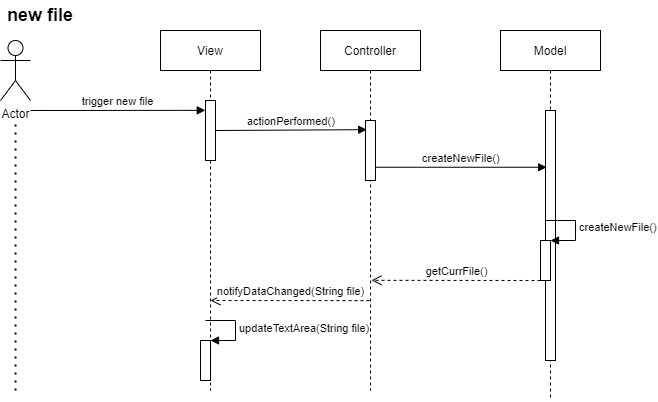
Johanced/2021-isgc08-Cederhag keeps this draw.io diagram as Laboration1/UML/newFile.drawio.png. Above is the earlier version. Source tidied: cells renumbered, new cells last; positions are measured from the earlier drawing's top-left corner, leaving out a move shared by most shapes.
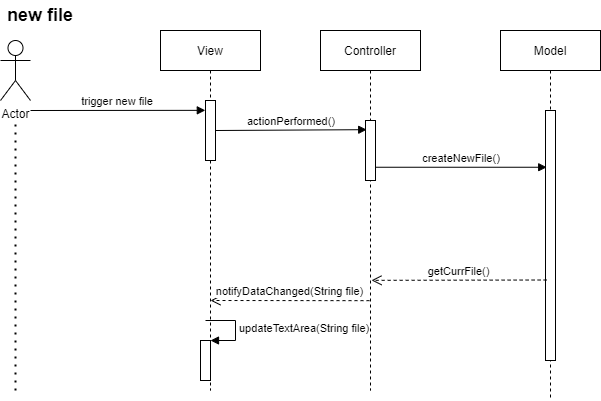
After the commit.

Diff of the diagram source:
```diff
@@ -36,17 +36,6 @@
     <mxCell id="11" style="points=[];perimeter=orthogonalPerimeter;rounded=0;shadow=0;strokeWidth=1;" parent="10" vertex="1">
       <mxGeometry x="45" y="70" width="10" height="60" as="geometry" />
     </mxCell>
-    <mxCell id="12" style="html=1;points=[];perimeter=orthogonalPerimeter;" parent="10" vertex="1">
-      <mxGeometry x="380" y="210" width="10" height="40" as="geometry" />
-    </mxCell>
-    <mxCell id="13" value="createNewFile()" style="edgeStyle=orthogonalEdgeStyle;html=1;align=left;spacingLeft=2;endArrow=block;rounded=0;entryX=1;entryY=0;" parent="10" edge="1" target="12">
-      <mxGeometry relative="1" as="geometry">
-        <mxPoint x="385" y="190" as="sourcePoint" />
-        <Array as="points">
-          <mxPoint x="415" y="190" />
-        </Array>
-      </mxGeometry>
-    </mxCell>
     <mxCell id="14" value="notifyDataChanged(String file)" style="html=1;verticalAlign=bottom;endArrow=open;dashed=1;endSize=8;rounded=0;" parent="10" edge="1">
       <mxGeometry relative="1" as="geometry">
         <mxPoint x="209" y="270.2" as="sourcePoint" />
@@ -70,10 +59,8 @@
         <mxPoint x="15" y="120" as="targetPoint" />
       </mxGeometry>
     </mxCell>
-    <mxCell id="18" value="getCurrFile()" style="html=1;verticalAlign=bottom;endArrow=open;dashed=1;endSize=8;rounded=0;entryX=0.51;entryY=0.694;entryDx=0;entryDy=0;entryPerimeter=0;" parent="1" edge="1" target="2">
-      <mxGeometry relative="1" as="geometry">
-        <mxPoint x="540" y="280" as="sourcePoint" />
-      </mxGeometry>
+    <mxCell id="18" value="getCurrFile()" style="html=1;verticalAlign=bottom;endArrow=open;dashed=1;endSize=8;rounded=0;entryX=0.51;entryY=0.694;entryDx=0;entryDy=0;entryPerimeter=0;exitX=0.114;exitY=0.678;exitDx=0;exitDy=0;exitPerimeter=0;" parent="1" edge="1" source="6" target="2">
+      <mxGeometry relative="1" as="geometry" />
     </mxCell>
     <mxCell id="19" value="&lt;font style=&quot;font-size: 18px&quot;&gt;&lt;b&gt;new file&lt;/b&gt;&lt;/font&gt;" style="text;html=1;strokeColor=none;fillColor=none;align=center;verticalAlign=middle;whiteSpace=wrap;rounded=0;" parent="1" vertex="1">
       <mxGeometry width="80" height="30" as="geometry" />
```
